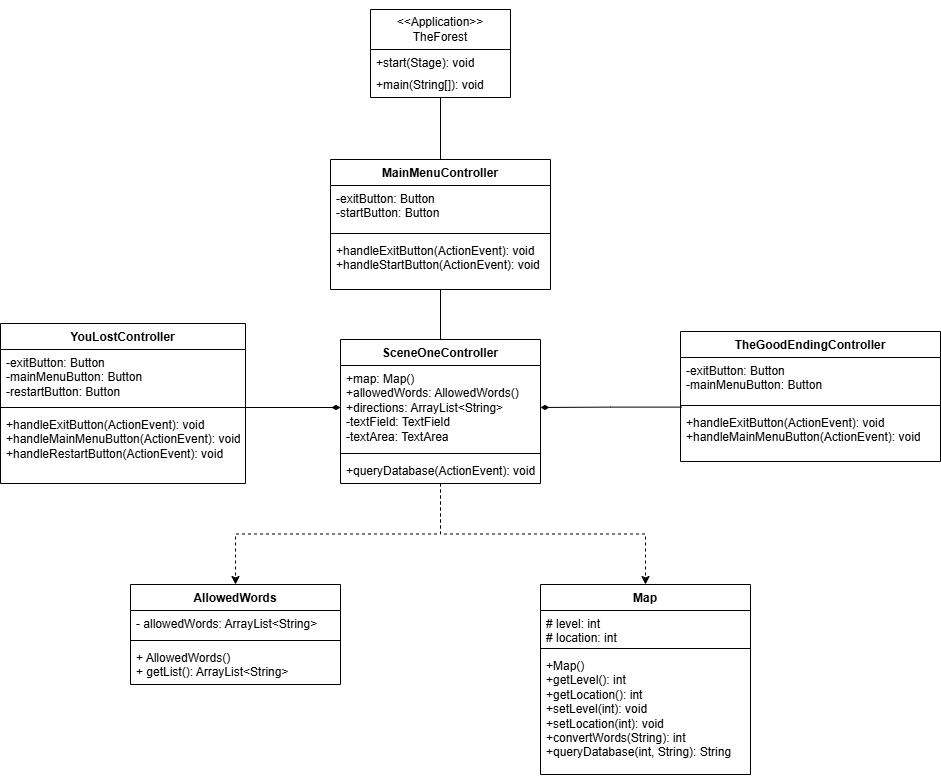
Earlier version of the draw.io export The Forest UML.png (WeStephens97/BeardsMain). Source tidied: cells renumbered, new cells last; positions are measured from the earlier drawing's top-left corner, leaving out a move shared by most shapes.
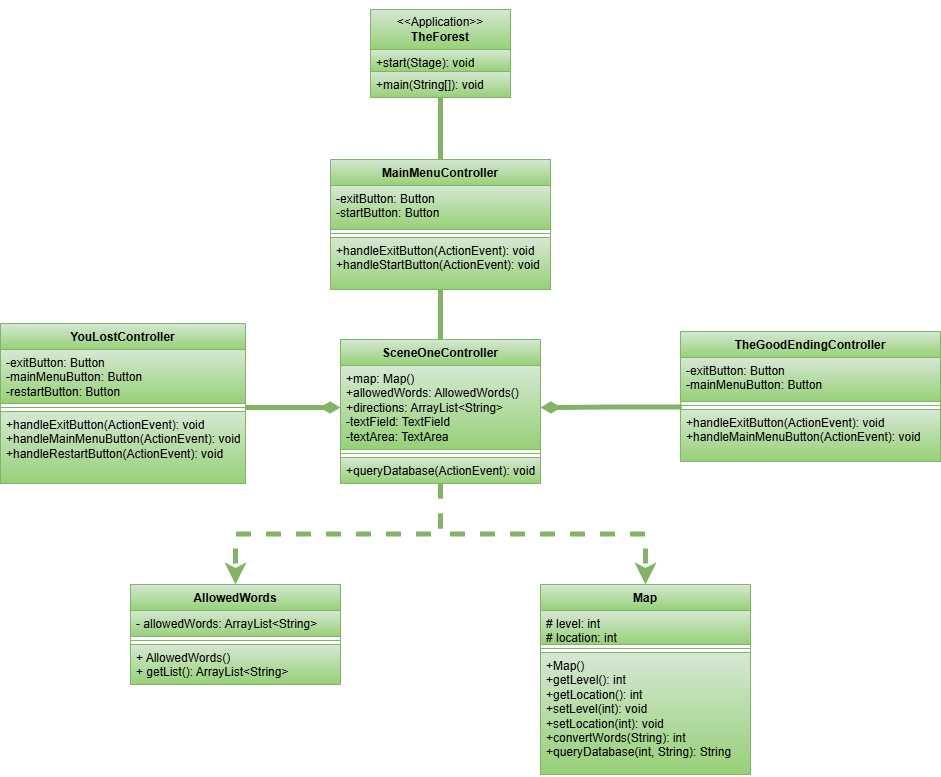
After the commit.

Change to the diagram source:
```diff
@@ -1,104 +1,104 @@
-<mxGraphModel>
+<mxGraphModel background="light-dark(#FFFFFF,#000000)">
   <root>
     <mxCell id="0" />
     <mxCell id="1" parent="0" />
-    <mxCell id="2" value="AllowedWords" style="swimlane;fontStyle=1;align=center;verticalAlign=top;horizontal=1;startSize=26;whiteSpace=wrap;html=1;" parent="1" vertex="1">
+    <mxCell id="2" value="AllowedWords" style="swimlane;fontStyle=1;align=center;verticalAlign=top;horizontal=1;startSize=26;whiteSpace=wrap;html=1;fillColor=#d5e8d4;gradientColor=#97d077;strokeColor=#82b366;" parent="1" vertex="1">
       <mxGeometry x="130" y="575" width="210" height="100" as="geometry" />
     </mxCell>
-    <mxCell id="3" value="- allowedWords: ArrayList&amp;lt;String&amp;gt;" style="text;strokeColor=none;fillColor=none;align=left;verticalAlign=top;spacingLeft=4;spacingRight=4;overflow=hidden;whiteSpace=wrap;html=1;" parent="2" vertex="1">
+    <mxCell id="3" value="- allowedWords: ArrayList&amp;lt;String&amp;gt;" style="text;strokeColor=#82b366;fillColor=#d5e8d4;align=left;verticalAlign=top;spacingLeft=4;spacingRight=4;overflow=hidden;whiteSpace=wrap;html=1;gradientColor=#97d077;" parent="2" vertex="1">
       <mxGeometry y="26" width="210" height="26" as="geometry" />
     </mxCell>
-    <mxCell id="4" style="line;strokeWidth=1;fillColor=none;align=left;verticalAlign=middle;spacingTop=-1;spacingLeft=3;spacingRight=3;labelPosition=right;strokeColor=inherit;" parent="2" vertex="1">
+    <mxCell id="4" style="line;strokeWidth=1;fillColor=#d5e8d4;align=left;verticalAlign=middle;spacingTop=-1;spacingLeft=3;spacingRight=3;labelPosition=right;strokeColor=#82b366;gradientColor=#97d077;" parent="2" vertex="1">
       <mxGeometry y="52" width="210" height="8" as="geometry" />
     </mxCell>
-    <mxCell id="5" value="&lt;div&gt;+ AllowedWords()&lt;/div&gt;+ getList(): ArrayList&amp;lt;String&amp;gt;" style="text;strokeColor=none;fillColor=none;align=left;verticalAlign=top;spacingLeft=4;spacingRight=4;overflow=hidden;whiteSpace=wrap;html=1;" parent="2" vertex="1">
+    <mxCell id="5" value="&lt;div&gt;+ AllowedWords()&lt;/div&gt;+ getList(): ArrayList&amp;lt;String&amp;gt;" style="text;strokeColor=#82b366;fillColor=#d5e8d4;align=left;verticalAlign=top;spacingLeft=4;spacingRight=4;overflow=hidden;whiteSpace=wrap;html=1;gradientColor=#97d077;" parent="2" vertex="1">
       <mxGeometry y="60" width="210" height="40" as="geometry" />
     </mxCell>
-    <mxCell id="6" value="Map" style="swimlane;fontStyle=1;align=center;verticalAlign=top;horizontal=1;startSize=26;whiteSpace=wrap;html=1;" parent="1" vertex="1">
+    <mxCell id="6" value="Map" style="swimlane;fontStyle=1;align=center;verticalAlign=top;horizontal=1;startSize=26;whiteSpace=wrap;html=1;fillColor=#d5e8d4;gradientColor=#97d077;strokeColor=#82b366;" parent="1" vertex="1">
       <mxGeometry x="540" y="575" width="210" height="190" as="geometry" />
     </mxCell>
-    <mxCell id="7" value="# level: int&lt;div&gt;# location: int&lt;/div&gt;" style="text;strokeColor=none;fillColor=none;align=left;verticalAlign=top;spacingLeft=4;spacingRight=4;overflow=hidden;whiteSpace=wrap;html=1;" parent="6" vertex="1">
+    <mxCell id="7" value="# level: int&lt;div&gt;# location: int&lt;/div&gt;" style="text;strokeColor=#82b366;fillColor=#d5e8d4;align=left;verticalAlign=top;spacingLeft=4;spacingRight=4;overflow=hidden;whiteSpace=wrap;html=1;gradientColor=#97d077;" parent="6" vertex="1">
       <mxGeometry y="26" width="210" height="34" as="geometry" />
     </mxCell>
-    <mxCell id="8" style="line;strokeWidth=1;fillColor=none;align=left;verticalAlign=middle;spacingTop=-1;spacingLeft=3;spacingRight=3;labelPosition=right;strokeColor=inherit;" parent="6" vertex="1">
+    <mxCell id="8" style="line;strokeWidth=1;fillColor=#d5e8d4;align=left;verticalAlign=middle;spacingTop=-1;spacingLeft=3;spacingRight=3;labelPosition=right;strokeColor=#82b366;gradientColor=#97d077;" parent="6" vertex="1">
       <mxGeometry y="60" width="210" height="8" as="geometry" />
     </mxCell>
-    <mxCell id="9" value="+Map()&lt;div&gt;+getLevel(): int&lt;/div&gt;&lt;div&gt;+getLocation(): int&lt;/div&gt;&lt;div&gt;+setLevel(int): void&lt;/div&gt;&lt;div&gt;+setLocation(int): void&lt;/div&gt;&lt;div&gt;+convertWords(String): int&lt;/div&gt;&lt;div&gt;+queryDatabase(int, String): String&lt;/div&gt;" style="text;strokeColor=none;fillColor=none;align=left;verticalAlign=top;spacingLeft=4;spacingRight=4;overflow=hidden;whiteSpace=wrap;html=1;" parent="6" vertex="1">
+    <mxCell id="9" value="+Map()&lt;div&gt;+getLevel(): int&lt;/div&gt;&lt;div&gt;+getLocation(): int&lt;/div&gt;&lt;div&gt;+setLevel(int): void&lt;/div&gt;&lt;div&gt;+setLocation(int): void&lt;/div&gt;&lt;div&gt;+convertWords(String): int&lt;/div&gt;&lt;div&gt;+queryDatabase(int, String): String&lt;/div&gt;" style="text;strokeColor=#82b366;fillColor=#d5e8d4;align=left;verticalAlign=top;spacingLeft=4;spacingRight=4;overflow=hidden;whiteSpace=wrap;html=1;gradientColor=#97d077;" parent="6" vertex="1">
       <mxGeometry y="68" width="210" height="122" as="geometry" />
     </mxCell>
-    <mxCell id="10" style="edgeStyle=orthogonalEdgeStyle;rounded=0;jettySize=auto;html=1;entryX=0.5;entryY=0;entryDx=0;entryDy=0;endArrow=none;startFill=0;" parent="1" edge="1" source="11" target="17">
+    <mxCell id="10" style="edgeStyle=orthogonalEdgeStyle;rounded=0;jettySize=auto;html=1;entryX=0.5;entryY=0;entryDx=0;entryDy=0;endArrow=none;startFill=0;fillColor=#d5e8d4;gradientColor=#97d077;strokeColor=#82b366;strokeWidth=5;" parent="1" edge="1" source="11" target="17">
       <mxGeometry relative="1" as="geometry" />
     </mxCell>
-    <mxCell id="11" value="MainMenuController" style="swimlane;fontStyle=1;align=center;verticalAlign=top;horizontal=1;startSize=26;whiteSpace=wrap;html=1;" parent="1" vertex="1">
+    <mxCell id="11" value="MainMenuController" style="swimlane;fontStyle=1;align=center;verticalAlign=top;horizontal=1;startSize=26;whiteSpace=wrap;html=1;fillColor=#d5e8d4;gradientColor=#97d077;strokeColor=#82b366;" parent="1" vertex="1">
       <mxGeometry x="330" y="150" width="220" height="130" as="geometry" />
     </mxCell>
-    <mxCell id="12" value="-exitButton: Button&lt;div&gt;-startButton: Button&lt;/div&gt;" style="text;strokeColor=none;fillColor=none;align=left;verticalAlign=top;spacingLeft=4;spacingRight=4;overflow=hidden;whiteSpace=wrap;html=1;" parent="11" vertex="1">
+    <mxCell id="12" value="-exitButton: Button&lt;div&gt;-startButton: Button&lt;/div&gt;" style="text;strokeColor=#82b366;fillColor=#d5e8d4;align=left;verticalAlign=top;spacingLeft=4;spacingRight=4;overflow=hidden;whiteSpace=wrap;html=1;gradientColor=#97d077;" parent="11" vertex="1">
       <mxGeometry y="26" width="220" height="44" as="geometry" />
     </mxCell>
-    <mxCell id="13" style="line;strokeWidth=1;fillColor=none;align=left;verticalAlign=middle;spacingTop=-1;spacingLeft=3;spacingRight=3;labelPosition=right;strokeColor=inherit;" parent="11" vertex="1">
+    <mxCell id="13" style="line;strokeWidth=1;fillColor=#d5e8d4;align=left;verticalAlign=middle;spacingTop=-1;spacingLeft=3;spacingRight=3;labelPosition=right;strokeColor=#82b366;gradientColor=#97d077;" parent="11" vertex="1">
       <mxGeometry y="70" width="220" height="8" as="geometry" />
     </mxCell>
-    <mxCell id="14" value="+handleExitButton(ActionEvent): void&lt;div&gt;+handleStartButton(ActionEvent): void&lt;/div&gt;" style="text;strokeColor=none;fillColor=none;align=left;verticalAlign=top;spacingLeft=4;spacingRight=4;overflow=hidden;whiteSpace=wrap;html=1;" parent="11" vertex="1">
+    <mxCell id="14" value="+handleExitButton(ActionEvent): void&lt;div&gt;+handleStartButton(ActionEvent): void&lt;/div&gt;" style="text;strokeColor=#82b366;fillColor=#d5e8d4;align=left;verticalAlign=top;spacingLeft=4;spacingRight=4;overflow=hidden;whiteSpace=wrap;html=1;gradientColor=#97d077;" parent="11" vertex="1">
       <mxGeometry y="78" width="220" height="52" as="geometry" />
     </mxCell>
-    <mxCell id="15" style="edgeStyle=orthogonalEdgeStyle;rounded=0;jettySize=auto;html=1;entryX=0.5;entryY=0;entryDx=0;entryDy=0;dashed=1;" parent="1" edge="1" source="17" target="2">
+    <mxCell id="15" style="edgeStyle=orthogonalEdgeStyle;rounded=0;jettySize=auto;html=1;entryX=0.5;entryY=0;entryDx=0;entryDy=0;dashed=1;fillColor=#d5e8d4;gradientColor=#97d077;strokeColor=#82b366;strokeWidth=5;" parent="1" edge="1" source="17" target="2">
       <mxGeometry relative="1" as="geometry" />
     </mxCell>
-    <mxCell id="16" style="edgeStyle=orthogonalEdgeStyle;rounded=0;jettySize=auto;html=1;entryX=0.5;entryY=0;entryDx=0;entryDy=0;dashed=1;" parent="1" edge="1" source="17" target="6">
+    <mxCell id="16" style="edgeStyle=orthogonalEdgeStyle;rounded=0;jettySize=auto;html=1;entryX=0.5;entryY=0;entryDx=0;entryDy=0;dashed=1;fillColor=#d5e8d4;gradientColor=#97d077;strokeColor=#82b366;strokeWidth=5;" parent="1" edge="1" source="17" target="6">
       <mxGeometry relative="1" as="geometry" />
     </mxCell>
-    <mxCell id="17" value="SceneOneController" style="swimlane;fontStyle=1;align=center;verticalAlign=top;horizontal=1;startSize=26;whiteSpace=wrap;html=1;" parent="1" vertex="1">
+    <mxCell id="17" value="SceneOneController" style="swimlane;fontStyle=1;align=center;verticalAlign=top;horizontal=1;startSize=26;whiteSpace=wrap;html=1;fillColor=#d5e8d4;gradientColor=#97d077;strokeColor=#82b366;" parent="1" vertex="1">
       <mxGeometry x="340" y="330" width="200" height="144" as="geometry" />
     </mxCell>
-    <mxCell id="18" value="+map: Map()&lt;div&gt;+allowedWords: AllowedWords()&lt;/div&gt;&lt;div&gt;+directions: ArrayList&amp;lt;String&amp;gt;&lt;/div&gt;&lt;div&gt;-textField: TextField&lt;/div&gt;&lt;div&gt;-textArea: TextArea&lt;/div&gt;" style="text;strokeColor=none;fillColor=none;align=left;verticalAlign=top;spacingLeft=4;spacingRight=4;overflow=hidden;points=[[0,0.5],[1,0.5]];portConstraint=eastwest;whiteSpace=wrap;html=1;" parent="17" vertex="1">
+    <mxCell id="18" value="+map: Map()&lt;div&gt;+allowedWords: AllowedWords()&lt;/div&gt;&lt;div&gt;+directions: ArrayList&amp;lt;String&amp;gt;&lt;/div&gt;&lt;div&gt;-textField: TextField&lt;/div&gt;&lt;div&gt;-textArea: TextArea&lt;/div&gt;" style="text;strokeColor=#82b366;fillColor=#d5e8d4;align=left;verticalAlign=top;spacingLeft=4;spacingRight=4;overflow=hidden;points=[[0,0.5],[1,0.5]];portConstraint=eastwest;whiteSpace=wrap;html=1;gradientColor=#97d077;" parent="17" vertex="1">
       <mxGeometry y="26" width="200" height="84" as="geometry" />
     </mxCell>
-    <mxCell id="19" style="line;strokeWidth=1;fillColor=none;align=left;verticalAlign=middle;spacingTop=-1;spacingLeft=3;spacingRight=3;labelPosition=right;strokeColor=inherit;" parent="17" vertex="1">
+    <mxCell id="19" style="line;strokeWidth=1;fillColor=#d5e8d4;align=left;verticalAlign=middle;spacingTop=-1;spacingLeft=3;spacingRight=3;labelPosition=right;strokeColor=#82b366;gradientColor=#97d077;" parent="17" vertex="1">
       <mxGeometry y="110" width="200" height="8" as="geometry" />
     </mxCell>
-    <mxCell id="20" value="+queryDatabase(ActionEvent): void" style="text;strokeColor=none;fillColor=none;align=left;verticalAlign=top;spacingLeft=4;spacingRight=4;overflow=hidden;whiteSpace=wrap;html=1;" parent="17" vertex="1">
+    <mxCell id="20" value="+queryDatabase(ActionEvent): void" style="text;strokeColor=#82b366;fillColor=#d5e8d4;align=left;verticalAlign=top;spacingLeft=4;spacingRight=4;overflow=hidden;whiteSpace=wrap;html=1;gradientColor=#97d077;" parent="17" vertex="1">
       <mxGeometry y="118" width="200" height="26" as="geometry" />
     </mxCell>
-    <mxCell id="21" value="YouLostController" style="swimlane;fontStyle=1;align=center;verticalAlign=top;horizontal=1;startSize=26;whiteSpace=wrap;html=1;" parent="1" vertex="1">
+    <mxCell id="21" value="YouLostController" style="swimlane;fontStyle=1;align=center;verticalAlign=top;horizontal=1;startSize=26;whiteSpace=wrap;html=1;fillColor=#d5e8d4;gradientColor=#97d077;strokeColor=#82b366;" parent="1" vertex="1">
       <mxGeometry y="314" width="245" height="160" as="geometry" />
     </mxCell>
-    <mxCell id="22" value="-exitButton: Button&lt;div&gt;-mainMenuButton: Button&lt;/div&gt;&lt;div&gt;-restartButton: Button&lt;/div&gt;" style="text;strokeColor=none;fillColor=none;align=left;verticalAlign=top;spacingLeft=4;spacingRight=4;overflow=hidden;whiteSpace=wrap;html=1;" parent="21" vertex="1">
+    <mxCell id="22" value="-exitButton: Button&lt;div&gt;-mainMenuButton: Button&lt;/div&gt;&lt;div&gt;-restartButton: Button&lt;/div&gt;" style="text;strokeColor=#82b366;fillColor=#d5e8d4;align=left;verticalAlign=top;spacingLeft=4;spacingRight=4;overflow=hidden;whiteSpace=wrap;html=1;gradientColor=#97d077;" parent="21" vertex="1">
       <mxGeometry y="26" width="245" height="54" as="geometry" />
     </mxCell>
-    <mxCell id="23" style="line;strokeWidth=1;fillColor=none;align=left;verticalAlign=middle;spacingTop=-1;spacingLeft=3;spacingRight=3;labelPosition=right;points=[];portConstraint=eastwest;strokeColor=inherit;" parent="21" vertex="1">
+    <mxCell id="23" style="line;strokeWidth=1;fillColor=#d5e8d4;align=left;verticalAlign=middle;spacingTop=-1;spacingLeft=3;spacingRight=3;labelPosition=right;points=[];portConstraint=eastwest;strokeColor=#82b366;gradientColor=#97d077;" parent="21" vertex="1">
       <mxGeometry y="80" width="245" height="8" as="geometry" />
     </mxCell>
-    <mxCell id="24" value="+handleExitButton(ActionEvent): void&lt;div&gt;+handleMainMenuButton(ActionEvent): void&lt;br&gt;&lt;div&gt;+handleRestartButton(ActionEvent): void&lt;/div&gt;&lt;/div&gt;" style="text;strokeColor=none;fillColor=none;align=left;verticalAlign=top;spacingLeft=4;spacingRight=4;overflow=hidden;whiteSpace=wrap;html=1;" parent="21" vertex="1">
+    <mxCell id="24" value="+handleExitButton(ActionEvent): void&lt;div&gt;+handleMainMenuButton(ActionEvent): void&lt;br&gt;&lt;div&gt;+handleRestartButton(ActionEvent): void&lt;/div&gt;&lt;/div&gt;" style="text;strokeColor=#82b366;fillColor=#d5e8d4;align=left;verticalAlign=top;spacingLeft=4;spacingRight=4;overflow=hidden;whiteSpace=wrap;html=1;gradientColor=#97d077;" parent="21" vertex="1">
       <mxGeometry y="88" width="245" height="72" as="geometry" />
     </mxCell>
-    <mxCell id="25" value="TheGoodEndingController" style="swimlane;fontStyle=1;align=center;verticalAlign=top;horizontal=1;startSize=26;whiteSpace=wrap;html=1;" parent="1" vertex="1">
+    <mxCell id="25" value="TheGoodEndingController" style="swimlane;fontStyle=1;align=center;verticalAlign=top;horizontal=1;startSize=26;whiteSpace=wrap;html=1;fillColor=#d5e8d4;gradientColor=#97d077;strokeColor=#82b366;" parent="1" vertex="1">
       <mxGeometry x="680" y="322" width="260" height="130" as="geometry" />
     </mxCell>
-    <mxCell id="26" value="-exitButton: Button&lt;div&gt;-mainMenuButton: Button&lt;/div&gt;" style="text;strokeColor=none;fillColor=none;align=left;verticalAlign=top;spacingLeft=4;spacingRight=4;overflow=hidden;whiteSpace=wrap;html=1;" parent="25" vertex="1">
+    <mxCell id="26" value="-exitButton: Button&lt;div&gt;-mainMenuButton: Button&lt;/div&gt;" style="text;strokeColor=#82b366;fillColor=#d5e8d4;align=left;verticalAlign=top;spacingLeft=4;spacingRight=4;overflow=hidden;whiteSpace=wrap;html=1;gradientColor=#97d077;" parent="25" vertex="1">
       <mxGeometry y="26" width="260" height="44" as="geometry" />
     </mxCell>
-    <mxCell id="27" style="line;strokeWidth=1;fillColor=none;align=left;verticalAlign=middle;spacingTop=-1;spacingLeft=3;spacingRight=3;labelPosition=right;strokeColor=inherit;" parent="25" vertex="1">
+    <mxCell id="27" style="line;strokeWidth=1;fillColor=#d5e8d4;align=left;verticalAlign=middle;spacingTop=-1;spacingLeft=3;spacingRight=3;labelPosition=right;strokeColor=#82b366;gradientColor=#97d077;" parent="25" vertex="1">
       <mxGeometry y="70" width="260" height="8" as="geometry" />
     </mxCell>
-    <mxCell id="28" value="+handleExitButton(ActionEvent): void&lt;div&gt;+handleMainMenuButton(ActionEvent): void&lt;/div&gt;" style="text;strokeColor=none;fillColor=none;align=left;verticalAlign=top;spacingLeft=4;spacingRight=4;overflow=hidden;points=[[0,0.5],[1,0.5]];portConstraint=eastwest;whiteSpace=wrap;html=1;" parent="25" vertex="1">
+    <mxCell id="28" value="+handleExitButton(ActionEvent): void&lt;div&gt;+handleMainMenuButton(ActionEvent): void&lt;/div&gt;" style="text;strokeColor=#82b366;fillColor=#d5e8d4;align=left;verticalAlign=top;spacingLeft=4;spacingRight=4;overflow=hidden;points=[[0,0.5],[1,0.5]];portConstraint=eastwest;whiteSpace=wrap;html=1;gradientColor=#97d077;" parent="25" vertex="1">
       <mxGeometry y="78" width="260" height="52" as="geometry" />
     </mxCell>
-    <mxCell id="29" style="edgeStyle=orthogonalEdgeStyle;rounded=0;jettySize=auto;html=1;entryX=0.5;entryY=0;entryDx=0;entryDy=0;endArrow=none;startFill=0;" parent="1" edge="1" source="30" target="11">
+    <mxCell id="29" style="edgeStyle=orthogonalEdgeStyle;rounded=0;jettySize=auto;html=1;entryX=0.5;entryY=0;entryDx=0;entryDy=0;endArrow=none;startFill=0;fillColor=#d5e8d4;gradientColor=#97d077;strokeColor=#82b366;strokeWidth=5;" parent="1" edge="1" source="30" target="11">
       <mxGeometry relative="1" as="geometry" />
     </mxCell>
-    <mxCell id="30" value="&lt;div&gt;&lt;br&gt;&lt;/div&gt;&lt;div&gt;&amp;lt;&amp;lt;Application&amp;gt;&amp;gt;&lt;/div&gt;TheForest&lt;div&gt;&lt;br&gt;&lt;/div&gt;" style="swimlane;fontStyle=0;horizontal=1;startSize=40;fillColor=none;whiteSpace=wrap;html=1;" parent="1" vertex="1">
+    <mxCell id="30" value="&lt;div&gt;&lt;br&gt;&lt;/div&gt;&lt;div&gt;&amp;lt;&amp;lt;Application&amp;gt;&amp;gt;&lt;/div&gt;&lt;b&gt;TheForest&lt;/b&gt;&lt;div&gt;&lt;br&gt;&lt;/div&gt;" style="swimlane;fontStyle=0;horizontal=1;startSize=40;fillColor=#d5e8d4;whiteSpace=wrap;html=1;gradientColor=#97d077;strokeColor=#82b366;" parent="1" vertex="1">
       <mxGeometry x="370" width="140" height="88" as="geometry" />
     </mxCell>
-    <mxCell id="31" value="+start(Stage): void" style="text;strokeColor=none;fillColor=none;align=left;verticalAlign=top;spacingLeft=4;spacingRight=4;overflow=hidden;whiteSpace=wrap;html=1;" parent="30" vertex="1">
+    <mxCell id="31" value="+start(Stage): void" style="text;strokeColor=#82b366;fillColor=#d5e8d4;align=left;verticalAlign=top;spacingLeft=4;spacingRight=4;overflow=hidden;whiteSpace=wrap;html=1;gradientColor=#97d077;" parent="30" vertex="1">
       <mxGeometry y="40" width="140" height="22" as="geometry" />
     </mxCell>
-    <mxCell id="32" value="+main(String[]): void" style="text;strokeColor=none;fillColor=none;align=left;verticalAlign=top;spacingLeft=4;spacingRight=4;overflow=hidden;whiteSpace=wrap;html=1;" parent="30" vertex="1">
+    <mxCell id="32" value="+main(String[]): void" style="text;strokeColor=#82b366;fillColor=#d5e8d4;align=left;verticalAlign=top;spacingLeft=4;spacingRight=4;overflow=hidden;whiteSpace=wrap;html=1;gradientColor=#97d077;" parent="30" vertex="1">
       <mxGeometry y="62" width="140" height="26" as="geometry" />
     </mxCell>
-    <mxCell id="33" style="edgeStyle=orthogonalEdgeStyle;rounded=0;jettySize=auto;html=1;entryX=1;entryY=0.5;entryDx=0;entryDy=0;endArrow=diamondThin;endFill=1;exitX=0.005;exitY=-0.046;exitDx=0;exitDy=0;exitPerimeter=0;" parent="1" edge="1" source="28" target="18">
+    <mxCell id="33" style="edgeStyle=orthogonalEdgeStyle;rounded=0;jettySize=auto;html=1;entryX=1;entryY=0.5;entryDx=0;entryDy=0;endArrow=diamondThin;endFill=1;exitX=0.005;exitY=-0.046;exitDx=0;exitDy=0;exitPerimeter=0;fillColor=#d5e8d4;gradientColor=#97d077;strokeColor=#82b366;strokeWidth=5;" parent="1" edge="1" source="28" target="18">
       <mxGeometry relative="1" as="geometry" />
     </mxCell>
-    <mxCell id="34" style="edgeStyle=orthogonalEdgeStyle;rounded=0;jettySize=auto;html=1;entryX=0;entryY=0.5;entryDx=0;entryDy=0;endArrow=diamondThin;endFill=1;" parent="1" edge="1" source="23" target="18">
+    <mxCell id="34" style="edgeStyle=orthogonalEdgeStyle;rounded=0;jettySize=auto;html=1;entryX=0;entryY=0.5;entryDx=0;entryDy=0;endArrow=diamondThin;endFill=1;fillColor=#d5e8d4;gradientColor=#97d077;strokeColor=#82b366;strokeWidth=5;" parent="1" edge="1" source="23" target="18">
       <mxGeometry relative="1" as="geometry" />
     </mxCell>
   </root>
```
